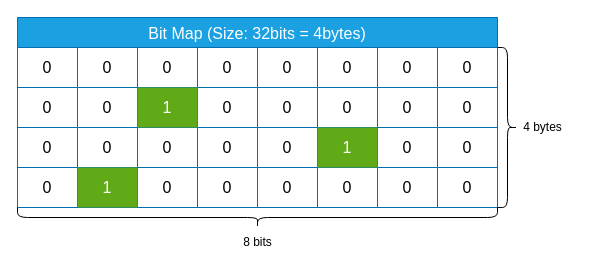
The draw.io diagram page "位图-结构" (3 of 3) of images/数据结构.drawio in caoaolong/coding-soul-docs, before the edit. Source tidied: cells renumbered, new cells numbered last; positions are measured from the earlier drawing's top-left corner, leaving out a move shared by most shapes. Both pictures are drawn from the tidied source at 100%, with x=0, y=0 at pixel (17, -23).
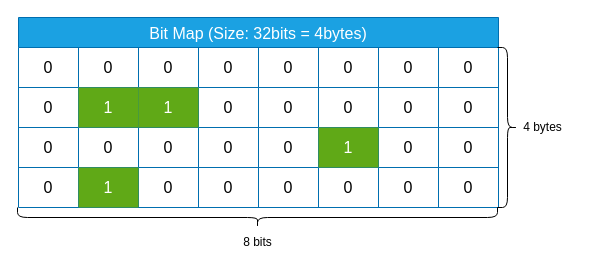
Above is the later version.

Unchanged cells that the change refers to:
```xml
<mxCell id="12" style="shape=tableRow;horizontal=0;startSize=0;swimlaneHead=0;swimlaneBody=0;strokeColor=inherit;top=0;left=0;bottom=0;right=0;fillColor=none;fontSize=16;" parent="2" vertex="1">
  <mxGeometry y="70" width="480" height="40" as="geometry" />
</mxCell>
```

The edit, as a diff of the source:
```diff
@@
     <mxCell id="2" value="Bit Map (Size: 32bits = 4bytes)" style="shape=table;startSize=30;childLayout=tableLayout;strokeColor=#006EAF;fontSize=16;fillColor=#1ba1e2;fontColor=#ffffff;" parent="1" vertex="1">
-      <mxGeometry y="40" width="480" height="190" as="geometry" />
+      <mxGeometry x="1" y="40" width="480" height="190" as="geometry" />
     </mxCell>
@@
-    <mxCell id="14" value="0" style="shape=partialRectangle;html=1;whiteSpace=wrap;strokeColor=inherit;overflow=hidden;fillColor=none;top=0;left=0;bottom=0;right=0;fontSize=16;" parent="12" vertex="1">
+    <mxCell id="14" value="1" style="shape=partialRectangle;html=1;whiteSpace=wrap;strokeColor=#2D7600;overflow=hidden;fillColor=#60a917;top=0;left=0;bottom=0;right=0;fontSize=16;fontColor=#ffffff;" parent="12" vertex="1">
       <mxGeometry x="60" width="60" height="40" as="geometry" />
     </mxCell>
```
